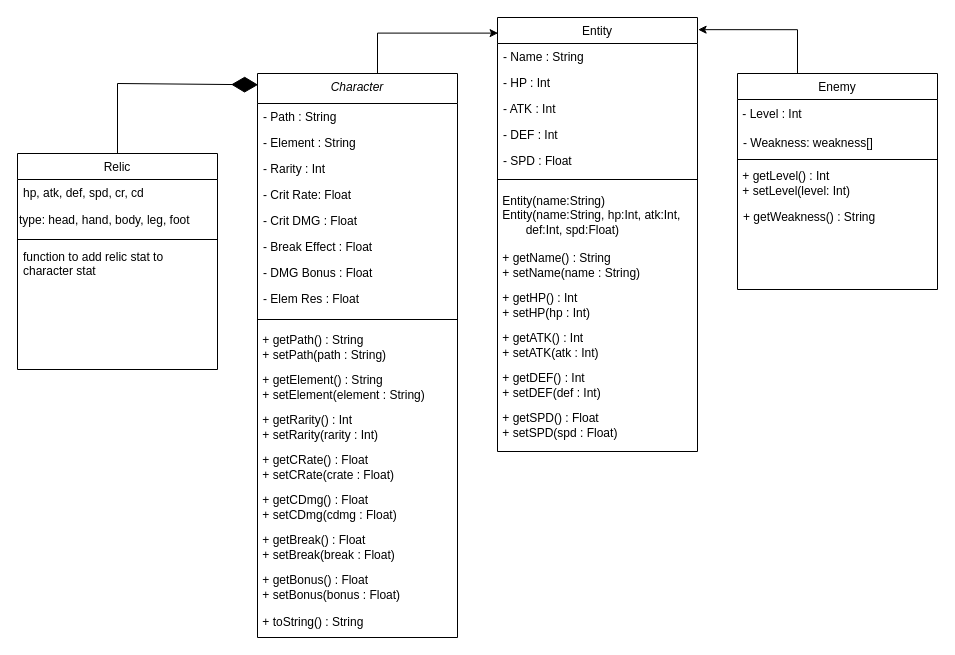
YourfriendTutu/HSR_Dmg_Calc keeps this draw.io diagram as HSR UML.drawio. Above is the earlier version. Source tidied: cells renumbered, new cells numbered last; positions are measured from the earlier drawing's top-left corner, leaving out a move shared by most shapes. Both pictures are drawn from the tidied source at 100%, with x=0, y=0 at pixel (17, 17).
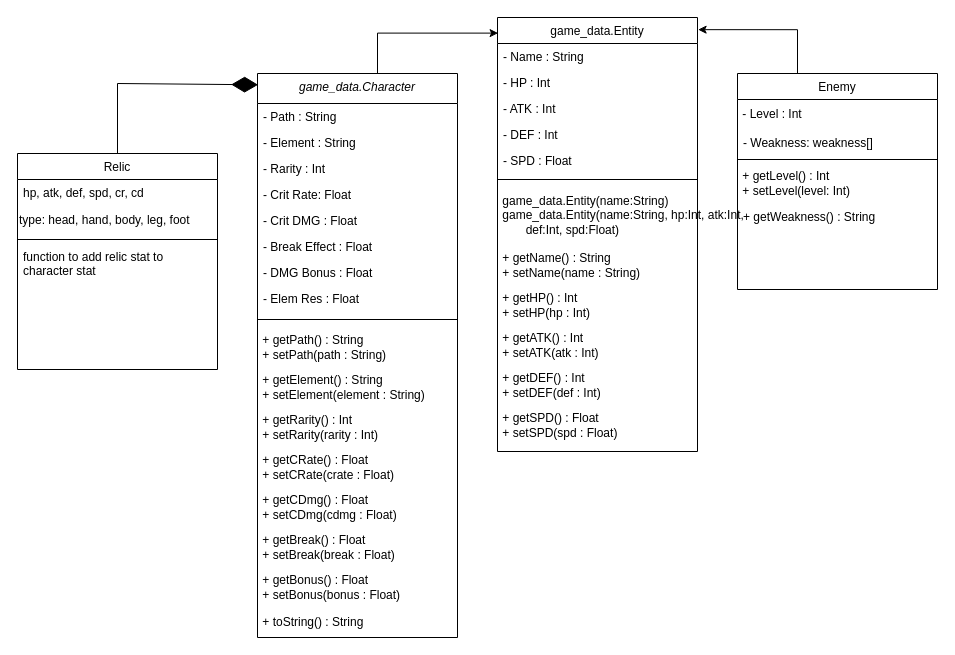
The same diagram, later.

What changed in the source:
```diff
@@
-    <mxCell id="2" value="Character" style="swimlane;fontStyle=2;align=center;verticalAlign=top;horizontal=1;startSize=30;rounded=0;shadow=0;strokeWidth=1;" parent="1" vertex="1">
+    <mxCell id="2" value="game_data.Character" style="swimlane;fontStyle=2;align=center;verticalAlign=top;horizontal=1;startSize=30;rounded=0;shadow=0;strokeWidth=1;" parent="1" vertex="1">
       <mxGeometry x="240" y="56" width="200" height="564" as="geometry" />
     </mxCell>
@@
-    <mxCell id="20" value="Entity" style="swimlane;fontStyle=0;align=center;verticalAlign=top;horizontal=1;startSize=26;rounded=0;shadow=0;strokeWidth=1;" parent="1" vertex="1">
+    <mxCell id="20" value="game_data.Entity" style="swimlane;fontStyle=0;align=center;verticalAlign=top;horizontal=1;startSize=26;rounded=0;shadow=0;strokeWidth=1;" parent="1" vertex="1">
       <mxGeometry x="480" width="200" height="434" as="geometry" />
     </mxCell>
@@
-    <mxCell id="27" value="&lt;div&gt;&lt;span style=&quot;background-color: transparent; color: light-dark(rgb(0, 0, 0), rgb(255, 255, 255));&quot;&gt;&amp;nbsp;Entity(name:String)&lt;/span&gt;&lt;/div&gt;&amp;nbsp;Entity(name:String, hp:Int, atk:Int,&lt;div&gt;&lt;span style=&quot;white-space: pre;&quot;&gt;&#9;&lt;/span&gt;def:Int, spd:Float)&lt;/div&gt;" style="text;html=1;align=left;verticalAlign=middle;strokeColor=none;fillColor=none;" parent="20" vertex="1">
+    <mxCell id="27" value="&lt;div&gt;&lt;span style=&quot;background-color: transparent; color: light-dark(rgb(0, 0, 0), rgb(255, 255, 255));&quot;&gt;&amp;nbsp;game_data.Entity(name:String)&lt;/span&gt;&lt;/div&gt;&amp;nbsp;game_data.Entity(name:String, hp:Int, atk:Int,&lt;div&gt;&lt;span style=&quot;white-space: pre;&quot;&gt;&#9;&lt;/span&gt;def:Int, spd:Float)&lt;/div&gt;" style="text;html=1;align=left;verticalAlign=middle;strokeColor=none;fillColor=none;" parent="20" vertex="1">
       <mxGeometry y="168" width="200" height="60" as="geometry" />
     </mxCell>
```
